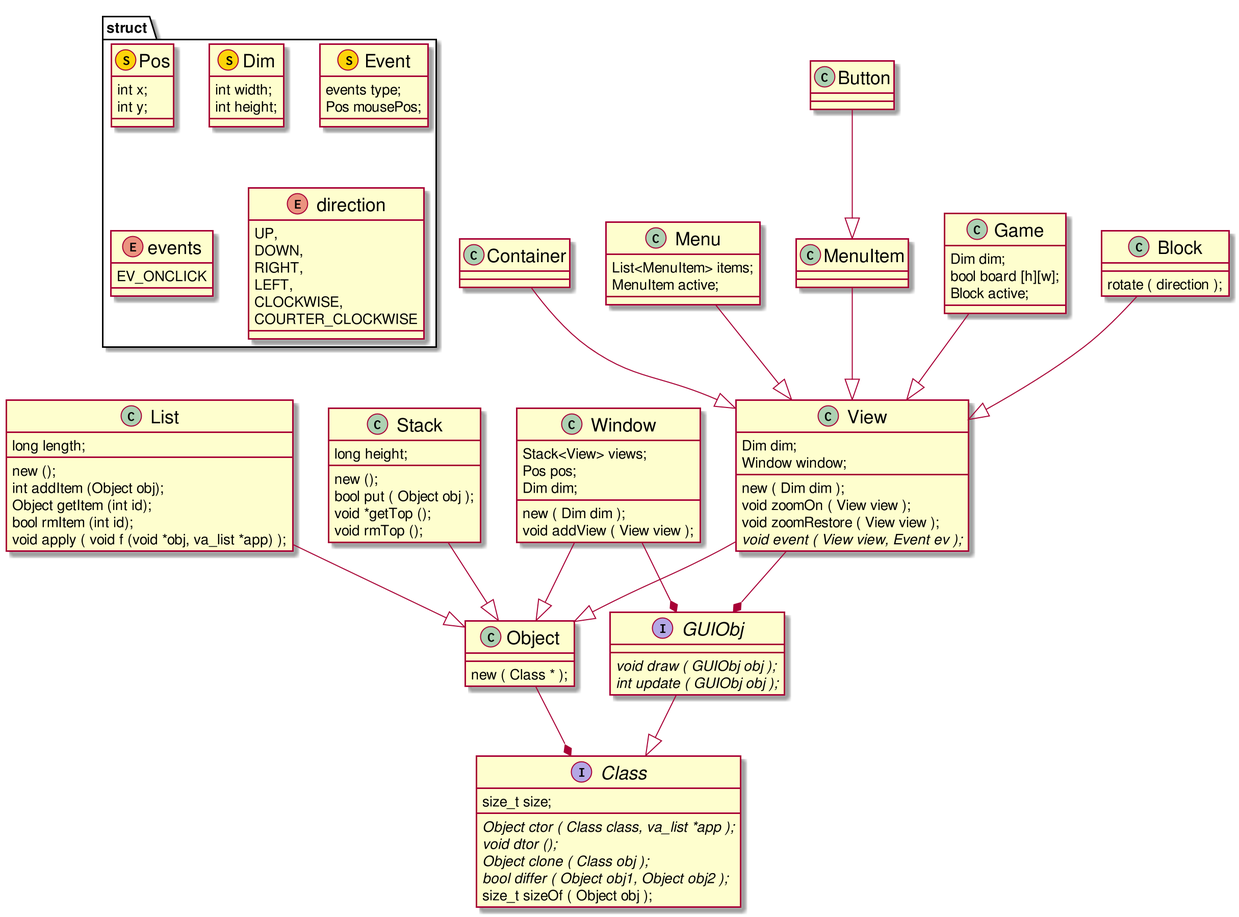
This is docs/classes.png from binary-b/c-tetris, a PlantUML export, as it was before one commit.
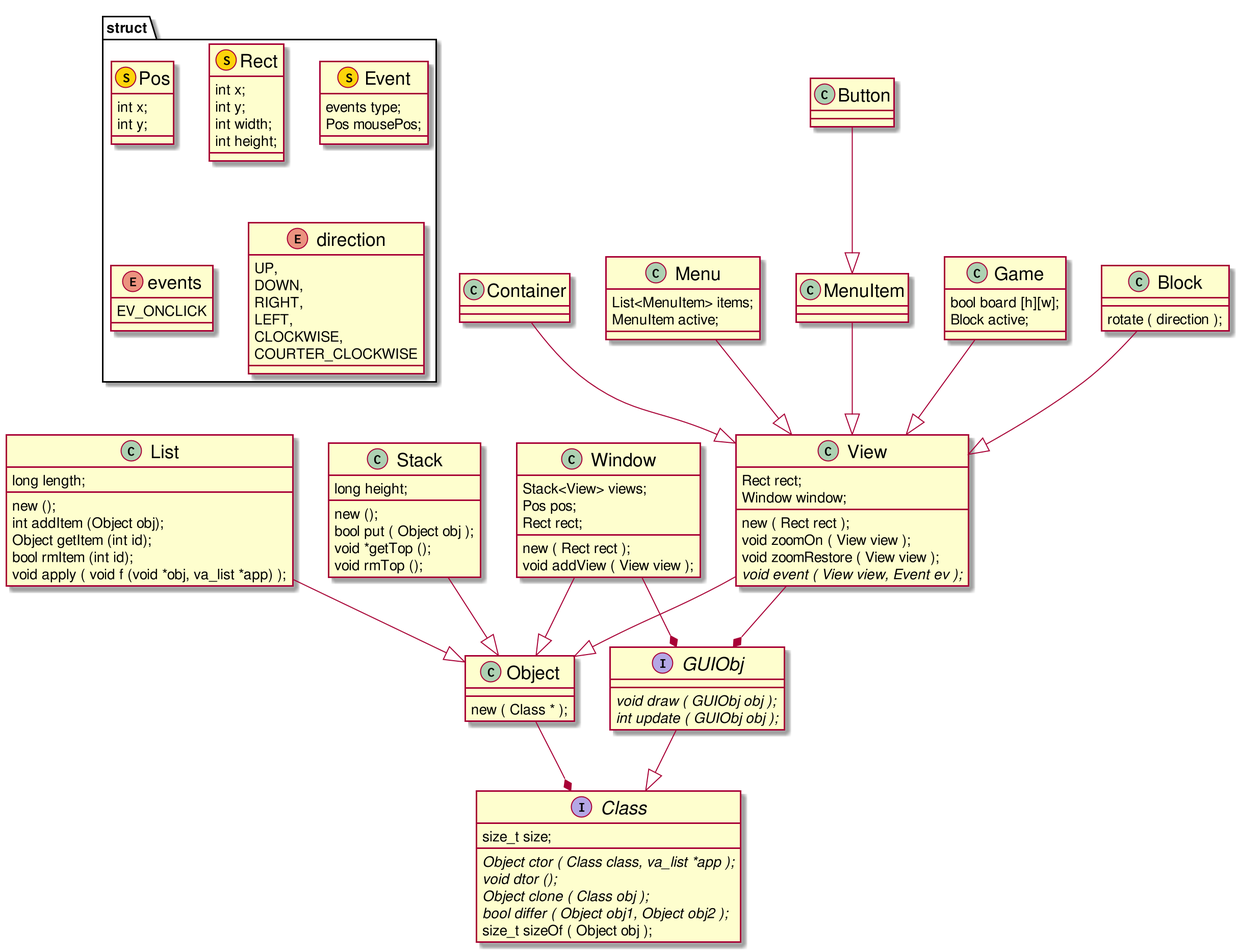
Above is the later version.

Diff of the diagram source:
```diff
@@ -10,7 +10,9 @@
 		int x;
 		int y;
 	}
-	class Dim <<(S,#fcd40a)>> {
+	class Rect <<(S,#fcd40a)>> {
+		int x;
+		int y;
 		int width;
 		int height;
 	}
@@ -65,14 +67,14 @@
 class Window {
 	Stack<View> views;
 	Pos pos;
-	Dim dim;
-	new ( Dim dim );
+	Rect rect;
+	new ( Rect rect );
 	void addView ( View view );
 }
 class View {
-	Dim dim;
+	Rect rect;
 	Window window;
-	new ( Dim dim );
+	new ( Rect rect );
 	void zoomOn ( View view );
 	void zoomRestore ( View view );
 	{abstract} void event ( View view, Event ev );
@@ -84,7 +86,6 @@
 class MenuItem
 class Button
 class Game {
-	Dim dim;
 	bool board [h][w];
 	Block active;
 }
```
